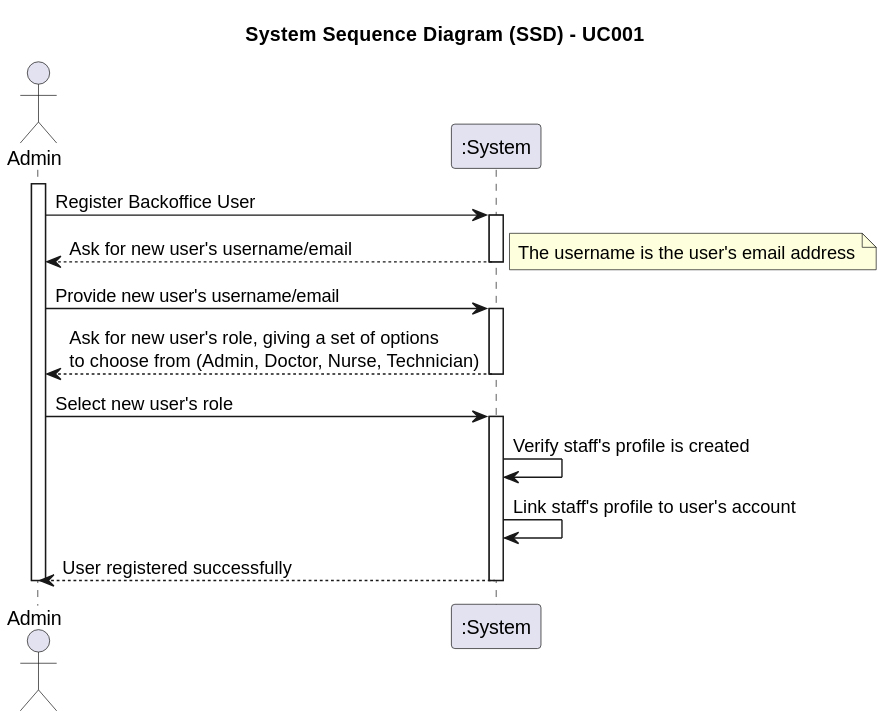
This is docs/SprintA/UseCases/UC001/01.requirements-engineering/svg/uc001-system-sequence-diagram.svg from 1221124/sem5pi-24-25-g031, a PlantUML export, as it was before one commit.
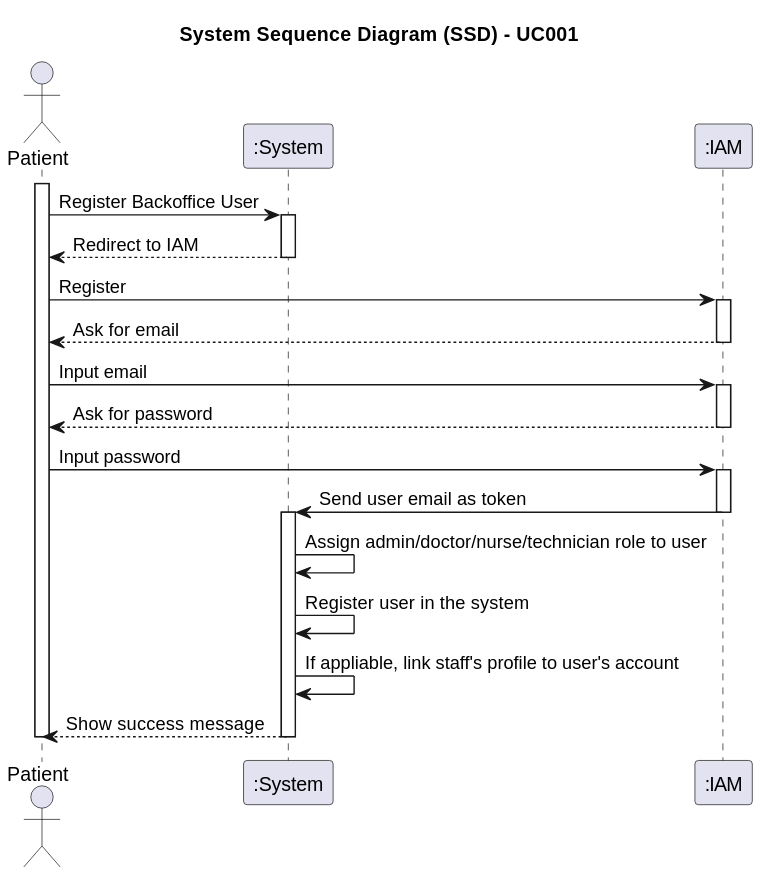
After the commit.

Change to the diagram source:
```diff
@@ -1,40 +1,54 @@
 @startuml
 title System Sequence Diagram (SSD) - UC001
-actor Admin as Adm
+actor Patient as Patient
 participant ":System" as System
+participant ":IAM" as IAM
 
-activate Adm
+activate Patient
 
-    Adm -> System: Register Backoffice User
+    Patient -> System: Register Backoffice User
 
     activate System
 
-        System --> Adm: Ask for new user's username/email
-        note right: The username is the user's email address
+        System --> Patient: Redirect to IAM
 
     deactivate System
 
-    Adm -> System: Provide new user's username/email
+    Patient -> IAM: Register
+
+    activate IAM
+
+        IAM --> Patient: Ask for email
+
+    deactivate IAM
+
+    Patient -> IAM: Input email
+
+    activate IAM
+
+        IAM --> Patient: Ask for password
+
+    deactivate IAM
+
+    Patient -> IAM: Input password
+
+    activate IAM
+
+        IAM -> System: Send user email as token
+
+    deactivate IAM
 
     activate System
 
-        System --> Adm: Ask for new user's role, giving a set of options\nto choose from (Admin, Doctor, Nurse, Technician)
+        System -> System: Assign admin/doctor/nurse/technician role to user
+
+        System -> System: Register user in the system
+
+        System -> System: If appliable, link staff's profile to user's account
+
+        System --> Patient: Show success message
 
     deactivate System
 
-    Adm -> System: Select new user's role
-
-    activate System
-
-
-
-        System -> System: Verify staff's profile is created
-
-        System -> System: Link staff's profile to user's account
-
-        System --> Adm: User registered successfully
-
-    deactivate System
-
-deactivate Adm
+deactivate Patient
 @enduml
```
